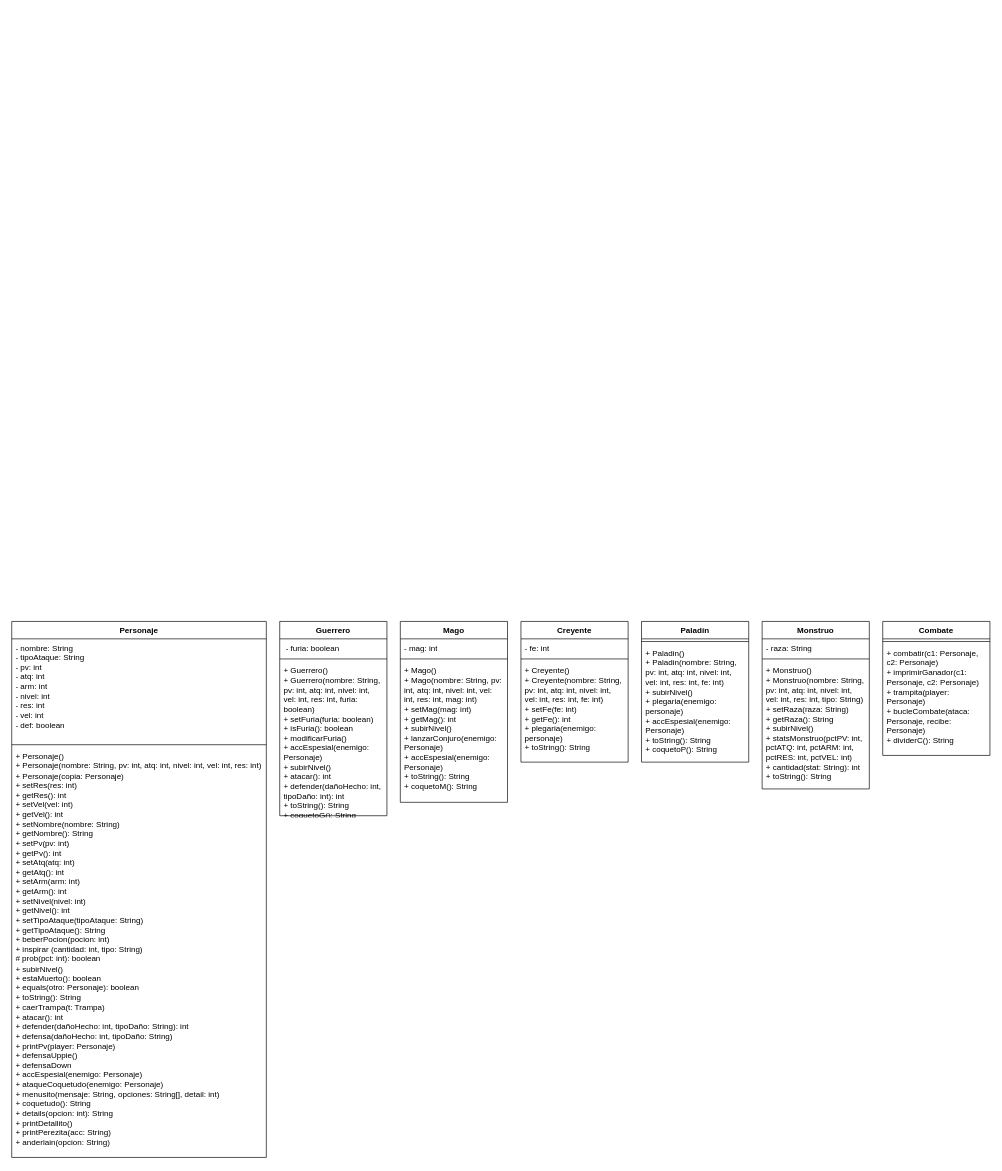
akiipv/Practica_Entornos keeps this draw.io diagram as PracticaT5_EDS.drawio. Above is the earlier version. Source tidied: cells renumbered, new cells numbered last; positions are measured from the earlier drawing's top-left corner, leaving out a move shared by most shapes. Both pictures are drawn from the tidied source at 67%, with x=0, y=0 at pixel (11, 621).
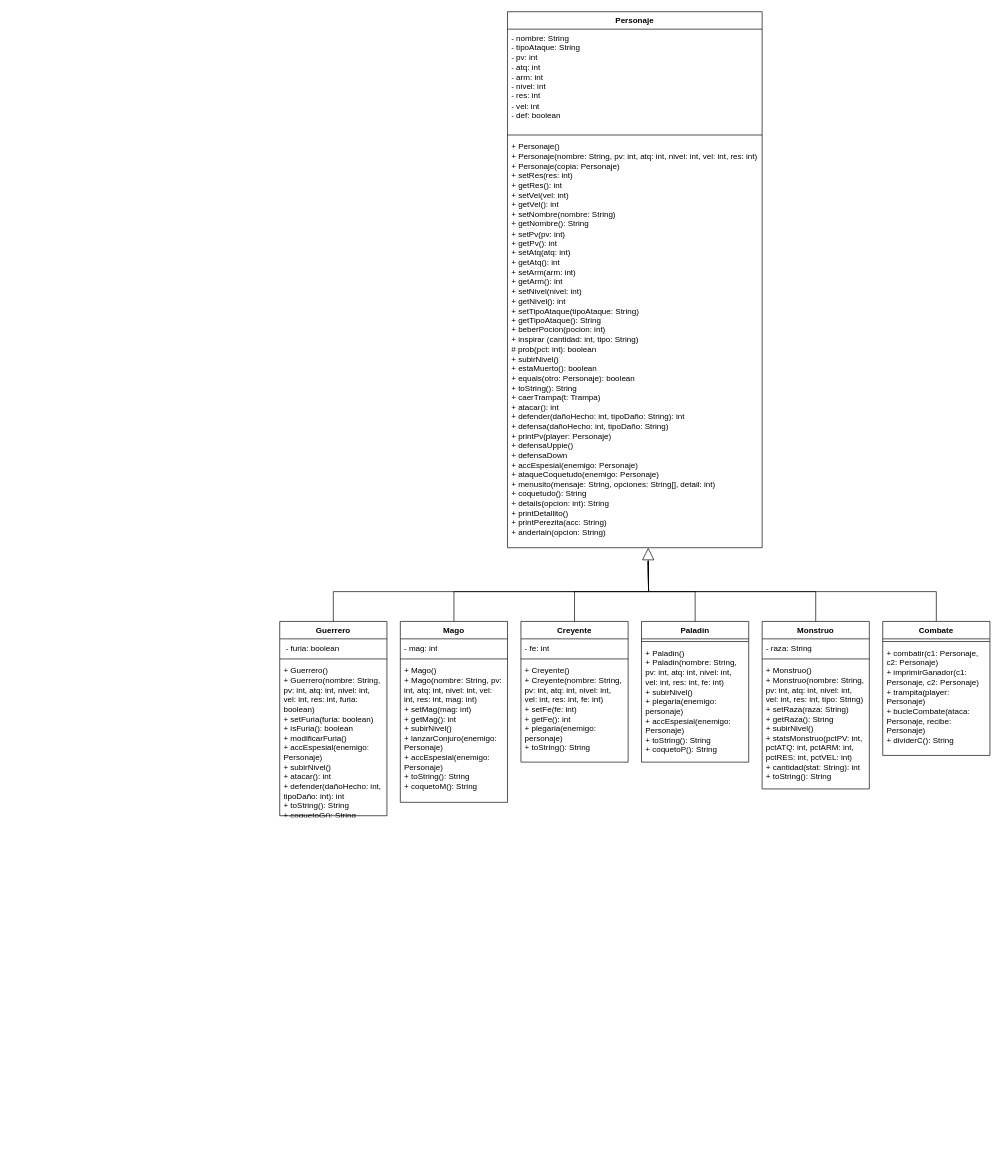
After the change.

Unchanged cells that the change refers to:
```xml
<mxCell id="6" value="Guerrero" style="swimlane;fontStyle=1;align=center;verticalAlign=top;horizontal=1;startSize=26;whiteSpace=wrap;html=1;" parent="1" vertex="1">
  <mxGeometry x="400" width="160" height="290" as="geometry" />
</mxCell>
<mxCell id="10" value="Mago" style="swimlane;fontStyle=1;align=center;verticalAlign=top;horizontal=1;startSize=26;whiteSpace=wrap;html=1;" parent="1" vertex="1">
  <mxGeometry x="580" width="160" height="270" as="geometry" />
</mxCell>
<mxCell id="14" value="Creyente" style="swimlane;fontStyle=1;align=center;verticalAlign=top;horizontal=1;startSize=26;whiteSpace=wrap;html=1;" parent="1" vertex="1">
  <mxGeometry x="760" width="160" height="210" as="geometry" />
</mxCell>
<mxCell id="18" value="Paladín" style="swimlane;fontStyle=1;align=center;verticalAlign=top;horizontal=1;startSize=26;whiteSpace=wrap;html=1;" parent="1" vertex="1">
  <mxGeometry x="940" width="160" height="210" as="geometry" />
</mxCell>
<mxCell id="21" value="Monstruo" style="swimlane;fontStyle=1;align=center;verticalAlign=top;horizontal=1;startSize=26;whiteSpace=wrap;html=1;" parent="1" vertex="1">
  <mxGeometry x="1120" width="160" height="250" as="geometry" />
</mxCell>
<mxCell id="25" value="Combate" style="swimlane;fontStyle=1;align=center;verticalAlign=top;horizontal=1;startSize=26;whiteSpace=wrap;html=1;" parent="1" vertex="1">
  <mxGeometry x="1300" width="160" height="200" as="geometry" />
</mxCell>
```

Change to the diagram source:
```diff
@@
     <mxCell id="2" value="Personaje" style="swimlane;fontStyle=1;align=center;verticalAlign=top;horizontal=1;startSize=26;whiteSpace=wrap;html=1;" parent="1" vertex="1">
-      <mxGeometry width="380" height="800" as="geometry" />
+      <mxGeometry x="740" y="-910" width="380" height="800" as="geometry" />
     </mxCell>
@@
+    <mxCell id="28" style="edgeStyle=orthogonalEdgeStyle;rounded=0;jettySize=auto;html=1;exitX=0.5;exitY=0;exitDx=0;exitDy=0;endArrow=none;endFill=0;" parent="1" edge="1" source="25">
+      <mxGeometry relative="1" as="geometry">
+        <mxPoint x="950" y="-90" as="targetPoint" />
+      </mxGeometry>
+    </mxCell>
@@
+    <mxCell id="29" style="edgeStyle=orthogonalEdgeStyle;rounded=0;jettySize=auto;html=1;exitX=0.5;exitY=0;exitDx=0;exitDy=0;endArrow=none;endFill=0;" parent="1" edge="1" source="6">
+      <mxGeometry relative="1" as="geometry">
+        <mxPoint x="950" y="-90" as="targetPoint" />
+      </mxGeometry>
+    </mxCell>
+    <mxCell id="30" style="edgeStyle=orthogonalEdgeStyle;rounded=0;jettySize=auto;html=1;exitX=0.5;exitY=0;exitDx=0;exitDy=0;endArrow=none;endFill=0;" parent="1" edge="1" source="10">
+      <mxGeometry relative="1" as="geometry">
+        <mxPoint x="950" y="-90" as="targetPoint" />
+      </mxGeometry>
+    </mxCell>
+    <mxCell id="31" style="edgeStyle=orthogonalEdgeStyle;rounded=0;jettySize=auto;html=1;exitX=0.5;exitY=0;exitDx=0;exitDy=0;endArrow=none;endFill=0;" parent="1" edge="1" source="14">
+      <mxGeometry relative="1" as="geometry">
+        <mxPoint x="950" y="-90" as="targetPoint" />
+      </mxGeometry>
+    </mxCell>
+    <mxCell id="32" style="edgeStyle=orthogonalEdgeStyle;rounded=0;jettySize=auto;html=1;exitX=0.5;exitY=0;exitDx=0;exitDy=0;endArrow=none;endFill=0;" parent="1" edge="1" source="18">
+      <mxGeometry relative="1" as="geometry">
+        <mxPoint x="950" y="-90" as="targetPoint" />
+      </mxGeometry>
+    </mxCell>
+    <mxCell id="33" style="edgeStyle=orthogonalEdgeStyle;rounded=0;jettySize=auto;html=1;exitX=0.5;exitY=0;exitDx=0;exitDy=0;endArrow=none;endFill=0;" parent="1" edge="1" source="21">
+      <mxGeometry relative="1" as="geometry">
+        <mxPoint x="950" y="-90" as="targetPoint" />
+      </mxGeometry>
+    </mxCell>
+    <mxCell id="34" style="endArrow=block;endSize=16;endFill=0;html=1;rounded=0;" parent="1" edge="1">
+      <mxGeometry relative="1" as="geometry">
+        <mxPoint x="950" y="-90" as="sourcePoint" />
+        <mxPoint x="950" y="-110" as="targetPoint" />
+      </mxGeometry>
+    </mxCell>
```
